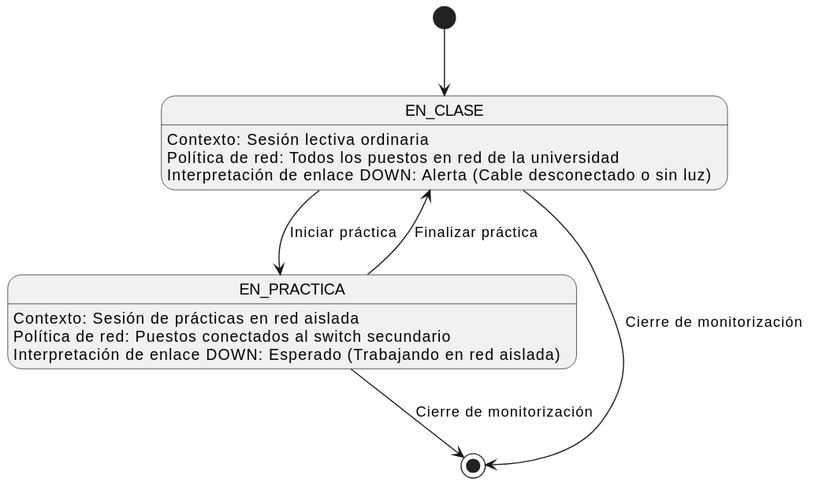
Before: images/00-modelo-del-dominio/diagrama-estados/diagrama-estados-laboratorio.svg, a diagram exported from PlantUML (Carlos-Lima2510/mesh-panel).
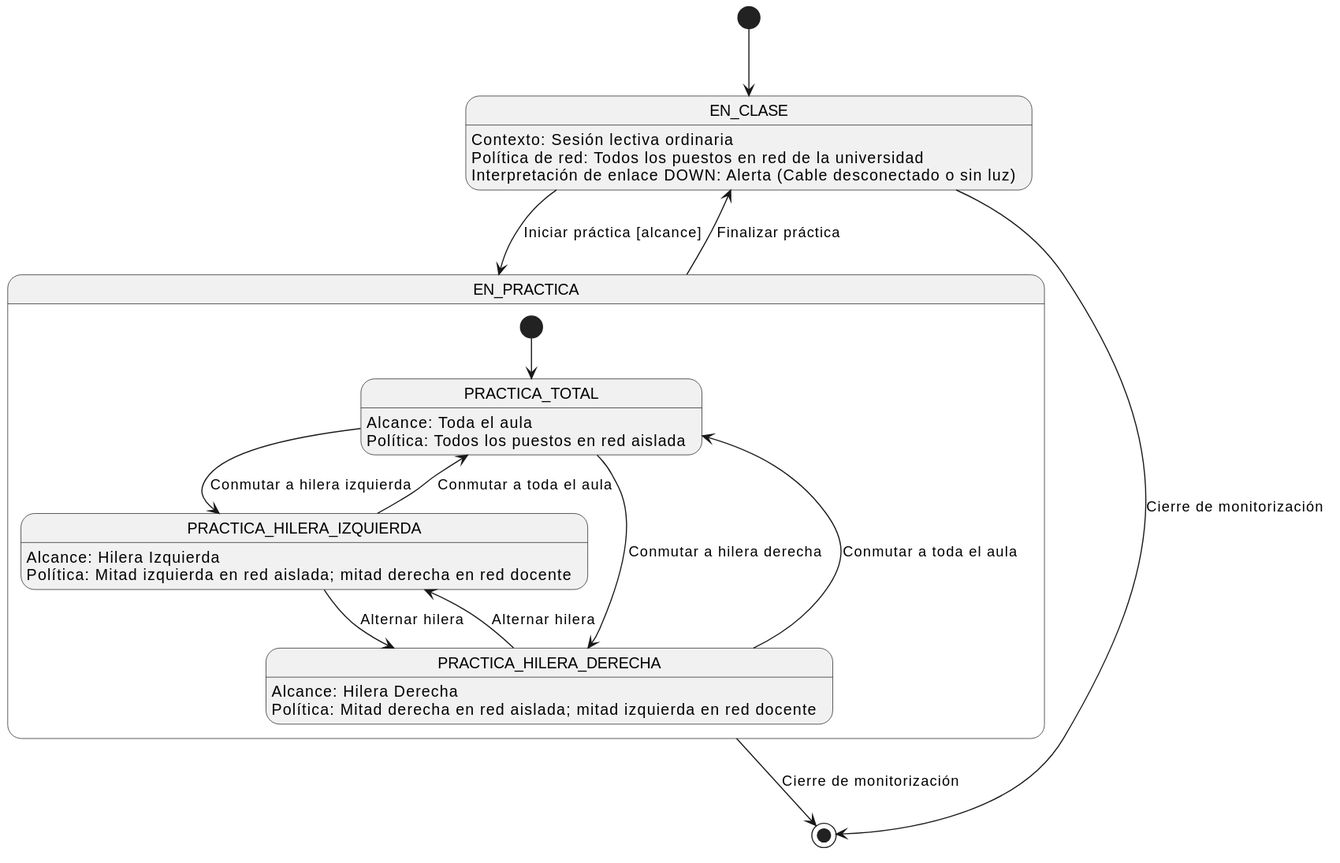
After the change.

What changed in the source:
```diff
@@ -8,12 +8,32 @@
 }
 
 state EN_PRACTICA {
-    EN_PRACTICA : Contexto: Sesión de prácticas en red aislada
-    EN_PRACTICA : Política de red: Puestos conectados al switch secundario
-    EN_PRACTICA : Interpretación de enlace DOWN: Esperado (Trabajando en red aislada)
+    [*] --> PRACTICA_TOTAL
+
+    state PRACTICA_TOTAL {
+        PRACTICA_TOTAL : Alcance: Toda el aula
+        PRACTICA_TOTAL : Política: Todos los puestos en red aislada
+    }
+
+    state PRACTICA_HILERA_IZQUIERDA {
+        PRACTICA_HILERA_IZQUIERDA : Alcance: Hilera Izquierda
+        PRACTICA_HILERA_IZQUIERDA : Política: Mitad izquierda en red aislada; mitad derecha en red docente
+    }
+
+    state PRACTICA_HILERA_DERECHA {
+        PRACTICA_HILERA_DERECHA : Alcance: Hilera Derecha
+        PRACTICA_HILERA_DERECHA : Política: Mitad derecha en red aislada; mitad izquierda en red docente
+    }
+
+    PRACTICA_TOTAL --> PRACTICA_HILERA_IZQUIERDA : Conmutar a hilera izquierda
+    PRACTICA_TOTAL --> PRACTICA_HILERA_DERECHA : Conmutar a hilera derecha
+    PRACTICA_HILERA_IZQUIERDA --> PRACTICA_TOTAL : Conmutar a toda el aula
+    PRACTICA_HILERA_DERECHA --> PRACTICA_TOTAL : Conmutar a toda el aula
+    PRACTICA_HILERA_IZQUIERDA --> PRACTICA_HILERA_DERECHA : Alternar hilera
+    PRACTICA_HILERA_DERECHA --> PRACTICA_HILERA_IZQUIERDA : Alternar hilera
 }
 
-EN_CLASE --> EN_PRACTICA : Iniciar práctica
+EN_CLASE --> EN_PRACTICA : Iniciar práctica [alcance]
 
 EN_PRACTICA --> EN_CLASE : Finalizar práctica
 
```
